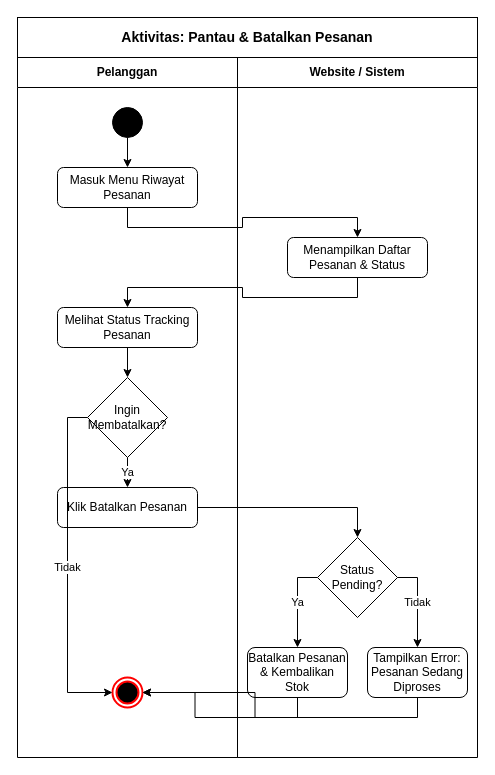
Before: page "Activity: PantauBatalkanPesanan" (8 of 9) of diagram-macha/Macha_Diagrams.drawio in FikriBintangx/Macha, a draw.io diagram. Source tidied: cells renumbered, new cells numbered last; positions are measured from the earlier drawing's top-left corner, leaving out a move shared by most shapes. Both pictures are drawn from the tidied source at 100%, with x=0, y=0 at pixel (17, 17).
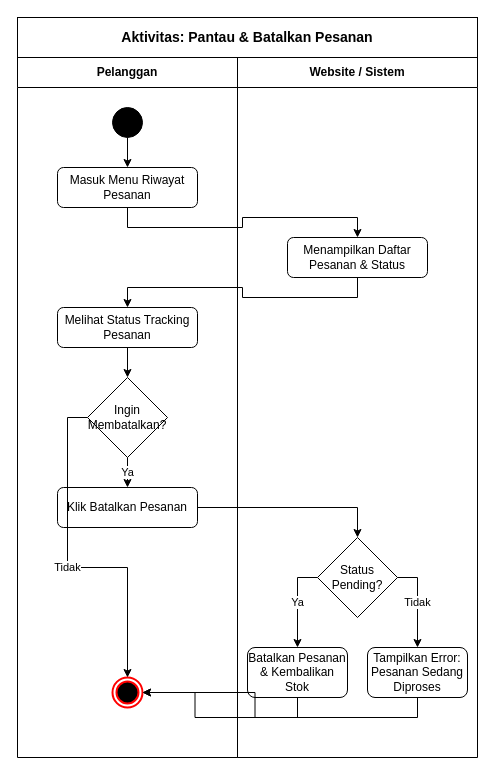
After the change.

Commit message:
docs: adjust connection line routes at final state nodes to prevent overlapping paths

The change refers to these unchanged cells:
```xml
<mxCell id="8" value="Ingin Membatalkan?" style="rhombus;whiteSpace=wrap;html=1;strokeColor=light-dark(#000000, #ffffff);fillColor=none;fontColor=light-dark(#000000, #ffffff);" parent="3" vertex="1">
  <mxGeometry x="70" y="320" width="80" height="80" as="geometry" />
</mxCell>
<mxCell id="10" style="ellipse;html=1;shape=endState;fillColor=light-dark(#000000, #ffffff);strokeColor=#ff0000;strokeWidth=2;" parent="3" vertex="1">
  <mxGeometry x="95" y="620" width="30" height="30" as="geometry" />
</mxCell>
```

What changed in the source:
```diff
@@
-    <mxCell id="19" value="Tidak" style="edgeStyle=orthogonalEdgeStyle;rounded=0;jettySize=auto;html=1;strokeColor=light-dark(#000000, #ffffff);fillColor=none;exitX=0;exitY=0.5;entryX=0;entryY=0.5;" parent="1" edge="1" source="8" target="10">
+    <mxCell id="19" value="Tidak" style="edgeStyle=orthogonalEdgeStyle;rounded=0;jettySize=auto;html=1;strokeColor=light-dark(#000000, #ffffff);fillColor=none;exitX=0;exitY=0.5;entryX=0.5;entryY=0;" parent="1" edge="1" source="8" target="10">
       <mxGeometry relative="1" as="geometry" />
     </mxCell>
```
